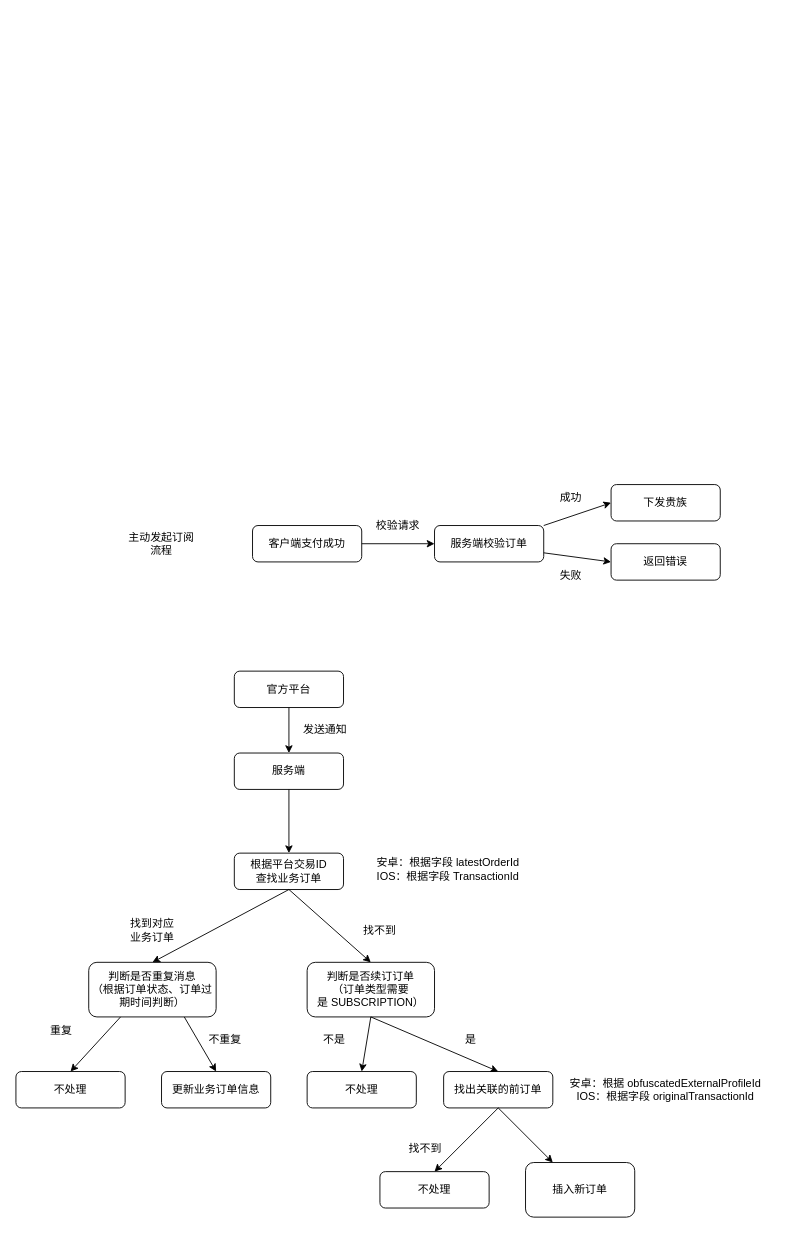
The draw.io diagram 官方续订流程.drawio in JianHao-Chen/mqjc, before the edit. Source tidied: cells renumbered, new cells numbered last; positions are measured from the earlier drawing's top-left corner, leaving out a move shared by most shapes. Both pictures are drawn from the tidied source at 91%, with x=0, y=0 at pixel (15, 484).
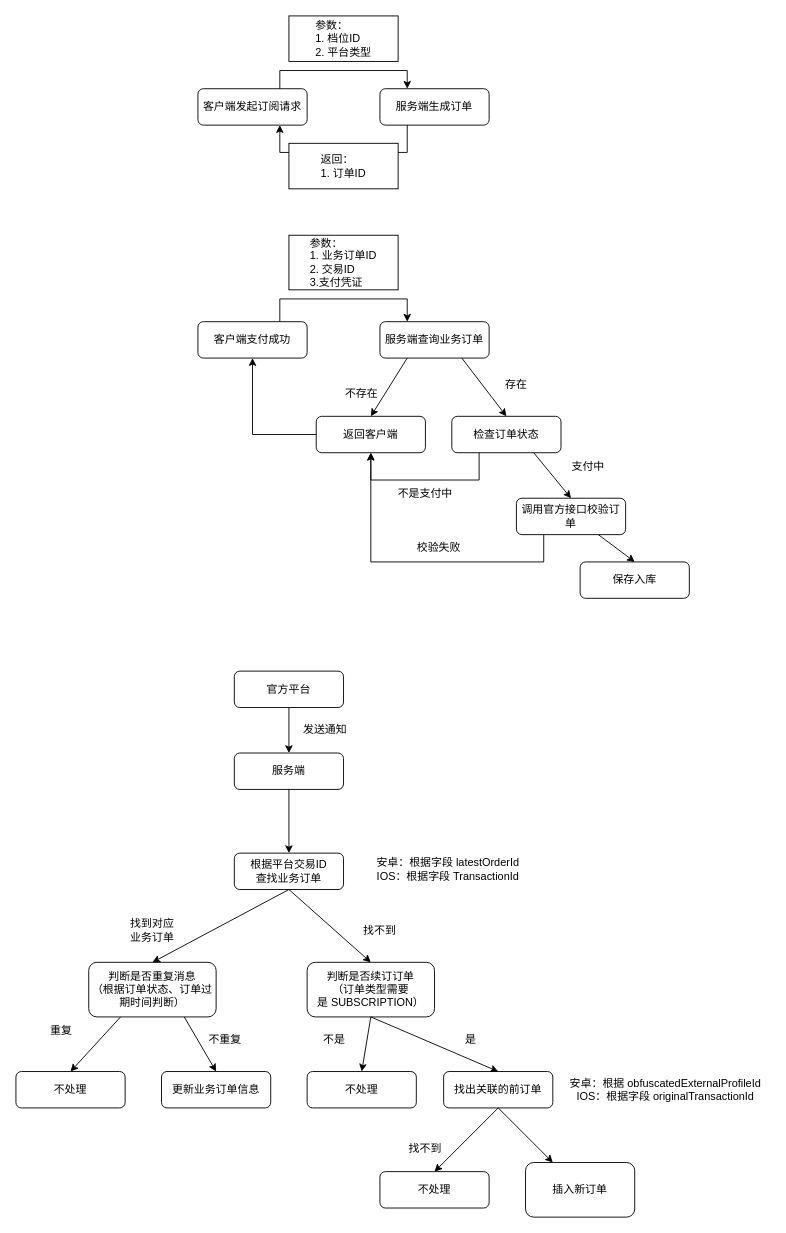
The same page after the edit.

Commit message:
更新官方续订流程.drawio

Diff of the diagram source:
```diff
@@
     <mxCell id="2" value="客户端支付成功" style="rounded=1;whiteSpace=wrap;html=1;" parent="1" vertex="1">
-      <mxGeometry x="260" y="45" width="120" height="40" as="geometry" />
+      <mxGeometry x="200" y="-179" width="120" height="40" as="geometry" />
     </mxCell>
-    <mxCell id="3" value="服务端校验订单" style="rounded=1;whiteSpace=wrap;html=1;" parent="1" vertex="1">
-      <mxGeometry x="460" y="45" width="120" height="40" as="geometry" />
+    <mxCell id="3" value="服务端查询业务订单" style="rounded=1;whiteSpace=wrap;html=1;" parent="1" vertex="1">
+      <mxGeometry x="400" y="-179" width="120" height="40" as="geometry" />
     </mxCell>
-    <mxCell id="4" value="主动发起订阅流程" style="text;html=1;strokeColor=none;fillColor=none;align=center;verticalAlign=middle;whiteSpace=wrap;rounded=0;" parent="1" vertex="1">
-      <mxGeometry x="120" y="45" width="80" height="40" as="geometry" />
-    </mxCell>
-    <mxCell id="5" value="下发贵族" style="rounded=1;whiteSpace=wrap;html=1;" parent="1" vertex="1">
-      <mxGeometry x="654" width="120" height="40" as="geometry" />
-    </mxCell>
-    <mxCell id="6" value="返回错误" style="rounded=1;whiteSpace=wrap;html=1;" parent="1" vertex="1">
-      <mxGeometry x="654" y="65" width="120" height="40" as="geometry" />
-    </mxCell>
-    <mxCell id="7" style="endArrow=classic;html=1;rounded=0;exitX=1;exitY=0;exitDx=0;exitDy=0;entryX=0;entryY=0.5;entryDx=0;entryDy=0;" parent="1" edge="1" source="3" target="5">
-      <mxGeometry relative="1" as="geometry" />
-    </mxCell>
-    <mxCell id="8" value="成功" style="text;html=1;strokeColor=none;fillColor=none;align=center;verticalAlign=middle;whiteSpace=wrap;rounded=0;" parent="1" vertex="1">
-      <mxGeometry x="580" width="60" height="30" as="geometry" />
-    </mxCell>
-    <mxCell id="9" style="endArrow=classic;html=1;rounded=0;exitX=1;exitY=0.5;exitDx=0;exitDy=0;entryX=0;entryY=0.5;entryDx=0;entryDy=0;" parent="1" edge="1" source="2" target="3">
-      <mxGeometry relative="1" as="geometry" />
+    <mxCell id="9" style="endArrow=classic;html=1;rounded=0;exitX=0.75;exitY=0;exitDx=0;exitDy=0;entryX=0.25;entryY=0;entryDx=0;entryDy=0;" parent="1" edge="1" source="2" target="3">
+      <mxGeometry relative="1" as="geometry">
+        <Array as="points">
+          <mxPoint x="290" y="-204" />
+          <mxPoint x="430" y="-204" />
+        </Array>
+      </mxGeometry>
     </mxCell>
-    <mxCell id="10" value="校验请求" style="text;html=1;strokeColor=none;fillColor=none;align=center;verticalAlign=middle;whiteSpace=wrap;rounded=0;" parent="1" vertex="1">
-      <mxGeometry x="390" y="30" width="60" height="30" as="geometry" />
-    </mxCell>
-    <mxCell id="11" style="endArrow=classic;html=1;rounded=0;exitX=1;exitY=0.75;exitDx=0;exitDy=0;entryX=0;entryY=0.5;entryDx=0;entryDy=0;" parent="1" edge="1" source="3" target="6">
-      <mxGeometry relative="1" as="geometry" />
-    </mxCell>
-    <mxCell id="12" value="失败" style="text;html=1;strokeColor=none;fillColor=none;align=center;verticalAlign=middle;whiteSpace=wrap;rounded=0;" parent="1" vertex="1">
-      <mxGeometry x="580" y="85" width="60" height="30" as="geometry" />
-    </mxCell>
@@
+    <mxCell id="44" value="客户端发起订阅请求" style="rounded=1;whiteSpace=wrap;html=1;" parent="1" vertex="1">
+      <mxGeometry x="200" y="-435" width="120" height="40" as="geometry" />
+    </mxCell>
+    <mxCell id="45" value="服务端生成订单" style="rounded=1;whiteSpace=wrap;html=1;" parent="1" vertex="1">
+      <mxGeometry x="400" y="-435" width="120" height="40" as="geometry" />
+    </mxCell>
+    <mxCell id="46" value="&lt;div style=&quot;text-align: left;&quot;&gt;&lt;span style=&quot;background-color: initial;&quot;&gt;参数：&lt;/span&gt;&lt;/div&gt;&lt;div style=&quot;text-align: left;&quot;&gt;&lt;span style=&quot;background-color: initial;&quot;&gt;1. 档位ID&lt;/span&gt;&lt;/div&gt;&lt;div style=&quot;text-align: left;&quot;&gt;&lt;span style=&quot;background-color: initial;&quot;&gt;2. 平台类型&lt;/span&gt;&lt;/div&gt;" style="rounded=0;whiteSpace=wrap;html=1;" parent="1" vertex="1">
+      <mxGeometry x="300" y="-515" width="120" height="50" as="geometry" />
+    </mxCell>
+    <mxCell id="47" style="endArrow=classic;html=1;rounded=0;exitX=0.75;exitY=0;exitDx=0;exitDy=0;entryX=0.25;entryY=0;entryDx=0;entryDy=0;" parent="1" edge="1" source="44" target="45">
+      <mxGeometry relative="1" as="geometry">
+        <Array as="points">
+          <mxPoint x="290" y="-455" />
+          <mxPoint x="430" y="-455" />
+        </Array>
+      </mxGeometry>
+    </mxCell>
+    <mxCell id="48" style="endArrow=classic;html=1;rounded=0;exitX=0.25;exitY=1;exitDx=0;exitDy=0;entryX=0.75;entryY=1;entryDx=0;entryDy=0;" parent="1" edge="1" source="45" target="44">
+      <mxGeometry relative="1" as="geometry">
+        <Array as="points">
+          <mxPoint x="430" y="-365" />
+          <mxPoint x="290" y="-365" />
+        </Array>
+      </mxGeometry>
+    </mxCell>
+    <mxCell id="49" value="&lt;div style=&quot;text-align: left;&quot;&gt;&lt;span style=&quot;background-color: initial;&quot;&gt;返回：&lt;/span&gt;&lt;/div&gt;&lt;div style=&quot;text-align: left;&quot;&gt;&lt;span style=&quot;background-color: initial;&quot;&gt;1. 订单ID&lt;br&gt;&lt;/span&gt;&lt;/div&gt;" style="rounded=0;whiteSpace=wrap;html=1;" parent="1" vertex="1">
+      <mxGeometry x="300" y="-375" width="120" height="50" as="geometry" />
+    </mxCell>
+    <mxCell id="50" value="&lt;div style=&quot;text-align: left;&quot;&gt;&lt;span style=&quot;background-color: initial;&quot;&gt;参数：&lt;/span&gt;&lt;/div&gt;&lt;div style=&quot;text-align: left;&quot;&gt;&lt;span style=&quot;background-color: initial;&quot;&gt;1. 业务订单ID&lt;/span&gt;&lt;/div&gt;&lt;div style=&quot;text-align: left;&quot;&gt;&lt;span style=&quot;background-color: initial;&quot;&gt;2. 交易ID&lt;/span&gt;&lt;/div&gt;&lt;div style=&quot;text-align: left;&quot;&gt;&lt;span style=&quot;background-color: initial;&quot;&gt;3.支付凭证&lt;/span&gt;&lt;/div&gt;" style="rounded=0;whiteSpace=wrap;html=1;" parent="1" vertex="1">
+      <mxGeometry x="300" y="-274" width="120" height="60" as="geometry" />
+    </mxCell>
+    <mxCell id="51" style="endArrow=classic;html=1;rounded=0;exitX=0.25;exitY=1;exitDx=0;exitDy=0;entryX=0.5;entryY=0;entryDx=0;entryDy=0;" parent="1" edge="1" source="3" target="52">
+      <mxGeometry relative="1" as="geometry" />
+    </mxCell>
+    <mxCell id="52" value="返回客户端" style="rounded=1;whiteSpace=wrap;html=1;" parent="1" vertex="1">
+      <mxGeometry x="330" y="-75" width="120" height="40" as="geometry" />
+    </mxCell>
+    <mxCell id="53" value="不存在" style="text;html=1;strokeColor=none;fillColor=none;align=center;verticalAlign=middle;whiteSpace=wrap;rounded=0;" parent="1" vertex="1">
+      <mxGeometry x="350" y="-115" width="60" height="30" as="geometry" />
+    </mxCell>
+    <mxCell id="54" style="endArrow=classic;html=1;rounded=0;exitX=0;exitY=0.5;exitDx=0;exitDy=0;entryX=0.5;entryY=1;entryDx=0;entryDy=0;" parent="1" edge="1" source="52" target="2">
+      <mxGeometry relative="1" as="geometry">
+        <Array as="points">
+          <mxPoint x="260" y="-55" />
+        </Array>
+      </mxGeometry>
+    </mxCell>
+    <mxCell id="55" value="检查订单状态" style="rounded=1;whiteSpace=wrap;html=1;" parent="1" vertex="1">
+      <mxGeometry x="479" y="-75" width="120" height="40" as="geometry" />
+    </mxCell>
+    <mxCell id="56" style="endArrow=classic;html=1;rounded=0;exitX=0.75;exitY=1;exitDx=0;exitDy=0;entryX=0.5;entryY=0;entryDx=0;entryDy=0;" parent="1" edge="1" source="3" target="55">
+      <mxGeometry relative="1" as="geometry" />
+    </mxCell>
+    <mxCell id="57" value="存在" style="text;html=1;strokeColor=none;fillColor=none;align=center;verticalAlign=middle;whiteSpace=wrap;rounded=0;" parent="1" vertex="1">
+      <mxGeometry x="520" y="-125" width="60" height="30" as="geometry" />
+    </mxCell>
+    <mxCell id="58" value="调用官方接口校验订单" style="rounded=1;whiteSpace=wrap;html=1;" parent="1" vertex="1">
+      <mxGeometry x="550" y="15" width="120" height="40" as="geometry" />
+    </mxCell>
+    <mxCell id="59" value="不是支付中" style="text;html=1;strokeColor=none;fillColor=none;align=center;verticalAlign=middle;whiteSpace=wrap;rounded=0;" parent="1" vertex="1">
+      <mxGeometry x="415" y="-5" width="70" height="30" as="geometry" />
+    </mxCell>
+    <mxCell id="60" style="endArrow=classic;html=1;rounded=0;exitX=0.25;exitY=1;exitDx=0;exitDy=0;entryX=0.5;entryY=1;entryDx=0;entryDy=0;" parent="1" edge="1" source="55" target="52">
+      <mxGeometry relative="1" as="geometry">
+        <Array as="points">
+          <mxPoint x="509" y="-5" />
+          <mxPoint x="390" y="-5" />
+        </Array>
+      </mxGeometry>
+    </mxCell>
+    <mxCell id="61" style="endArrow=classic;html=1;rounded=0;exitX=0.75;exitY=1;exitDx=0;exitDy=0;entryX=0.5;entryY=0;entryDx=0;entryDy=0;" parent="1" edge="1" source="55" target="58">
+      <mxGeometry relative="1" as="geometry" />
+    </mxCell>
+    <mxCell id="62" value="支付中" style="text;html=1;strokeColor=none;fillColor=none;align=center;verticalAlign=middle;whiteSpace=wrap;rounded=0;" parent="1" vertex="1">
+      <mxGeometry x="599" y="-35" width="60" height="30" as="geometry" />
+    </mxCell>
+    <mxCell id="63" style="endArrow=classic;html=1;rounded=0;exitX=0.25;exitY=1;exitDx=0;exitDy=0;entryX=0.5;entryY=1;entryDx=0;entryDy=0;" parent="1" edge="1" source="58" target="52">
+      <mxGeometry relative="1" as="geometry">
+        <Array as="points">
+          <mxPoint x="580" y="85" />
+          <mxPoint x="390" y="85" />
+        </Array>
+      </mxGeometry>
+    </mxCell>
+    <mxCell id="64" value="校验失败" style="text;html=1;strokeColor=none;fillColor=none;align=center;verticalAlign=middle;whiteSpace=wrap;rounded=0;" parent="1" vertex="1">
+      <mxGeometry x="430" y="55" width="70" height="30" as="geometry" />
+    </mxCell>
+    <mxCell id="65" value="保存入库" style="rounded=1;whiteSpace=wrap;html=1;" parent="1" vertex="1">
+      <mxGeometry x="620" y="85" width="120" height="40" as="geometry" />
+    </mxCell>
+    <mxCell id="66" style="endArrow=classic;html=1;rounded=0;exitX=0.75;exitY=1;exitDx=0;exitDy=0;entryX=0.5;entryY=0;entryDx=0;entryDy=0;" parent="1" edge="1" source="58" target="65">
+      <mxGeometry relative="1" as="geometry" />
+    </mxCell>
```
